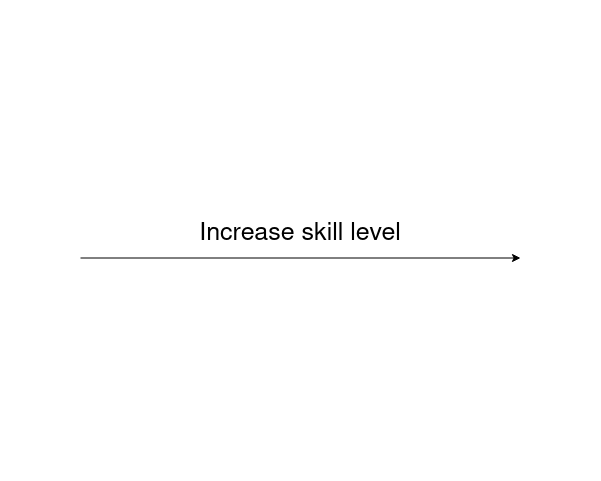
arjunrs1/MoDiffAE keeps this draw.io diagram as images/skill_level_mod/skill_arrow.png. Above is the earlier version. Source tidied: cells renumbered, new cells last; positions are measured from the earlier drawing's top-left corner, leaving out a move shared by most shapes.
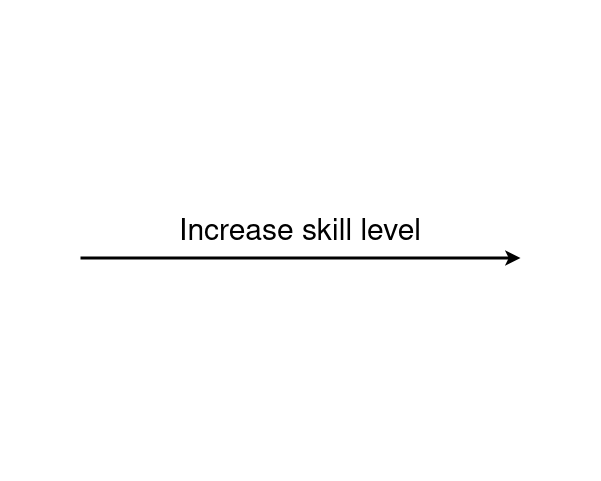
The same diagram one commit later.

Commit message:
adjusted arrow images

Diff of the diagram source:
```diff
@@ -5,13 +5,13 @@
     <mxCell id="2" style="rounded=0;whiteSpace=wrap;html=1;strokeColor=#FFFFFF;" parent="1" vertex="1">
       <mxGeometry width="600" height="480" as="geometry" />
     </mxCell>
-    <mxCell id="3" style="endArrow=classic;html=1;rounded=0;" parent="1" edge="1">
+    <mxCell id="3" style="endArrow=classic;html=1;rounded=0;strokeWidth=3;" parent="1" edge="1">
       <mxGeometry relative="1" as="geometry">
         <mxPoint x="80" y="257.5" as="sourcePoint" />
         <mxPoint x="520" y="257.5" as="targetPoint" />
       </mxGeometry>
     </mxCell>
-    <mxCell id="4" value="&lt;font style=&quot;font-size: 25px;&quot;&gt;Increase skill level&lt;br&gt;&lt;/font&gt;" style="text;html=1;strokeColor=none;fillColor=none;align=center;verticalAlign=middle;whiteSpace=wrap;rounded=0;" parent="1" vertex="1">
+    <mxCell id="4" value="&lt;font style=&quot;font-size: 30px;&quot;&gt;Increase skill level&lt;br&gt;&lt;/font&gt;" style="text;html=1;strokeColor=none;fillColor=none;align=center;verticalAlign=middle;whiteSpace=wrap;rounded=0;" parent="1" vertex="1">
       <mxGeometry x="120" y="217.5" width="360" height="30" as="geometry" />
     </mxCell>
   </root>
```
